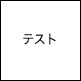
This is messageapi.drawio.png from kesasaki/apartment-life-plan, a draw.io export, as it was before one commit. Source tidied: cells renumbered, new cells last; positions are measured from the earlier drawing's top-left corner, leaving out a move shared by most shapes. Source of this version:
```xml
<mxGraphModel>
  <root>
    <mxCell id="0" />
    <mxCell id="1" parent="0" />
    <mxCell id="2" value="テスト" style="whiteSpace=wrap;html=1;" parent="1" vertex="1">
      <mxGeometry width="80" height="80" as="geometry" />
    </mxCell>
  </root>
</mxGraphModel>
```
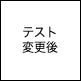
The same diagram one commit later.

Commit message:
messageapi.drawio.png を追加しました。

What changed in the source:
```diff
@@ -2,7 +2,7 @@
   <root>
     <mxCell id="0" />
     <mxCell id="1" parent="0" />
-    <mxCell id="2" value="テスト" style="whiteSpace=wrap;html=1;" parent="1" vertex="1">
+    <mxCell id="2" value="テスト&lt;br&gt;変更後" style="whiteSpace=wrap;html=1;" parent="1" vertex="1">
       <mxGeometry width="80" height="80" as="geometry" />
     </mxCell>
   </root>
```
